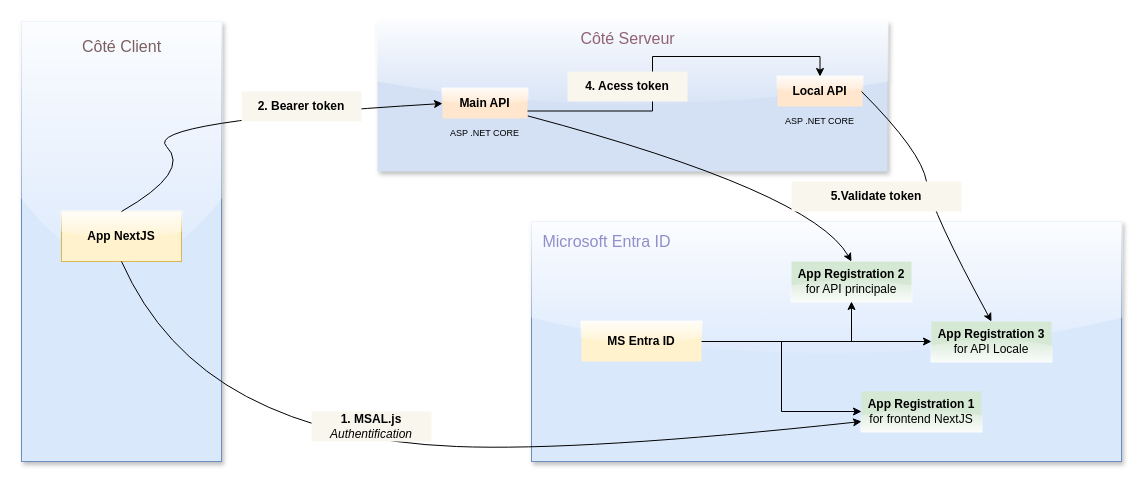
Earlier version of the draw.io diagram page "Architecture_Auth_Azure_AD_Multi_Apps" (2 of 2) of Conception_DSF.drawio (Michelle-Ngami/Conception_DSF). Source tidied: cells renumbered, new cells numbered last; positions are measured from the earlier drawing's top-left corner, leaving out a move shared by most shapes. Both pictures are drawn from the tidied source at 100%, with x=0, y=0 at pixel (21, 21).
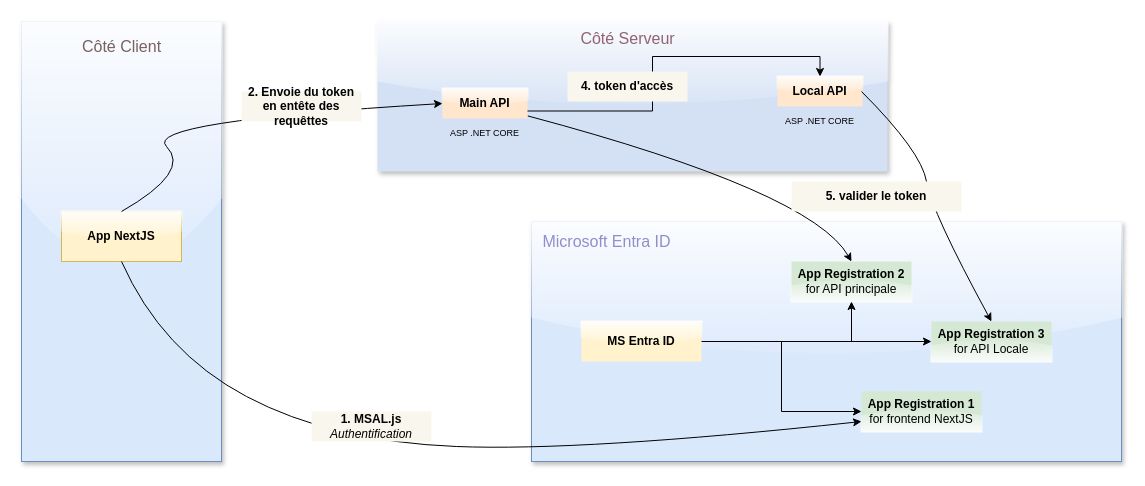
The same diagram, later.

Diff of the diagram source:
```diff
@@
-    <mxCell id="26" value="&lt;b&gt;2. Bearer token&lt;/b&gt;" style="text;html=1;align=center;verticalAlign=middle;whiteSpace=wrap;rounded=0;fillColor=#f9f7ed;strokeColor=none;" parent="1" vertex="1">
+    <mxCell id="26" value="&lt;b&gt;2. Envoie du token en entête des requêttes&lt;/b&gt;" style="text;html=1;align=center;verticalAlign=middle;whiteSpace=wrap;rounded=0;fillColor=#f9f7ed;strokeColor=none;" parent="1" vertex="1">
       <mxGeometry x="220" y="70" width="120" height="30" as="geometry" />
     </mxCell>
-    <mxCell id="27" value="&lt;b&gt;4. Acess token&lt;/b&gt;" style="text;html=1;align=center;verticalAlign=middle;whiteSpace=wrap;rounded=0;fillColor=#f9f7ed;strokeColor=none;" parent="1" vertex="1">
+    <mxCell id="27" value="&lt;b&gt;4. token d'accès&lt;/b&gt;" style="text;html=1;align=center;verticalAlign=middle;whiteSpace=wrap;rounded=0;fillColor=#f9f7ed;strokeColor=none;" parent="1" vertex="1">
       <mxGeometry x="546" y="50" width="120" height="30" as="geometry" />
     </mxCell>
@@
-    <mxCell id="30" value="&lt;b&gt;5.Validate token&lt;/b&gt;" style="text;html=1;align=center;verticalAlign=middle;whiteSpace=wrap;rounded=0;fillColor=#f9f7ed;strokeColor=none;" parent="1" vertex="1">
+    <mxCell id="30" value="&lt;b&gt;5. valider le token&lt;/b&gt;" style="text;html=1;align=center;verticalAlign=middle;whiteSpace=wrap;rounded=0;fillColor=#f9f7ed;strokeColor=none;" parent="1" vertex="1">
       <mxGeometry x="770" y="160" width="170" height="30" as="geometry" />
     </mxCell>
```
